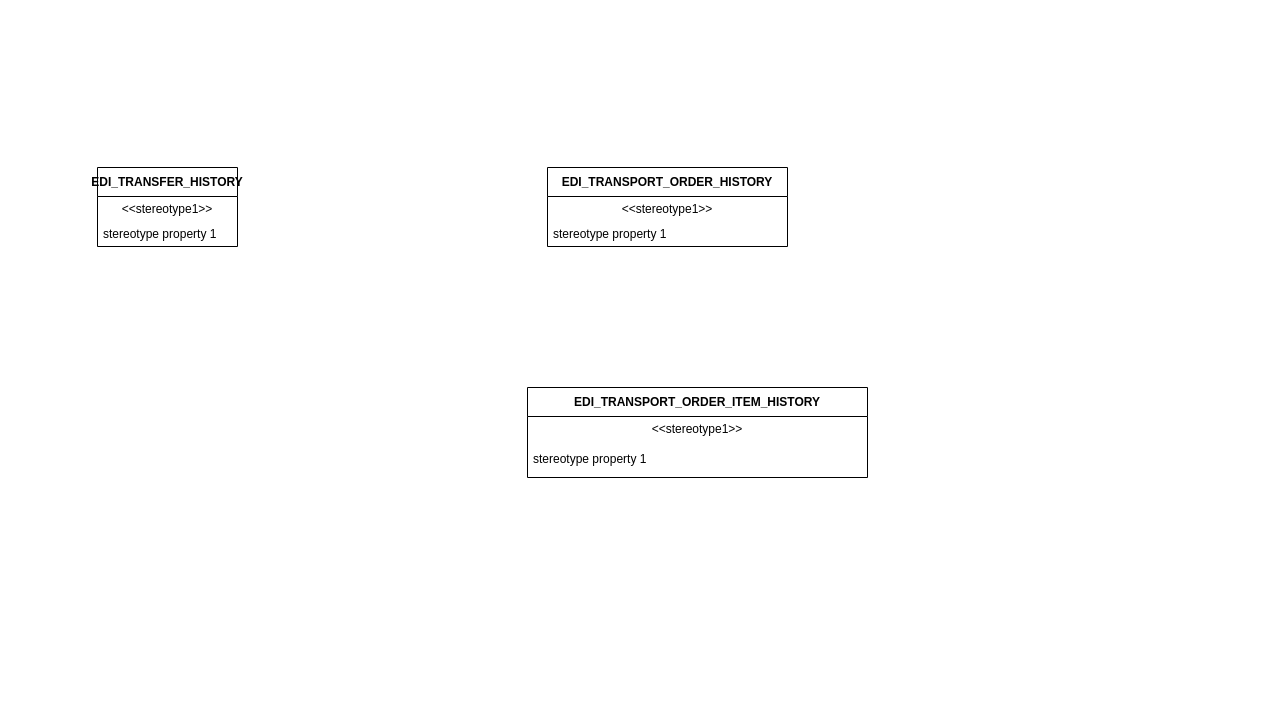
This is EDI history.drawio from hellxcz/Common, a draw.io file, before an edit. Source tidied: cells renumbered, new cells numbered last; positions are measured from the earlier drawing's top-left corner, leaving out a move shared by most shapes. Both pictures are drawn from the tidied source at 100%, with x=0, y=0 at pixel (97, 167).
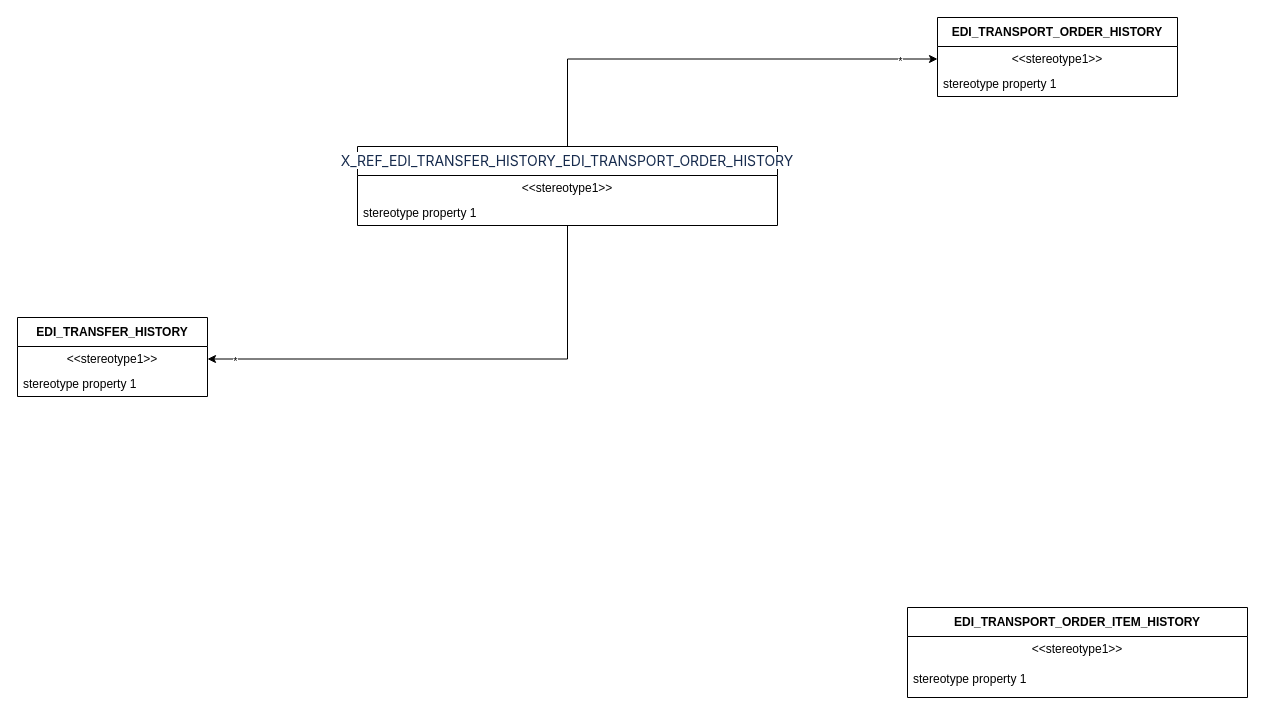
The same page after the edit.

What changed in the source:
```diff
@@
 <mxGraphModel>
   <root>
     <mxCell id="0" />
     <mxCell id="1" parent="0" />
     <mxCell id="2" value="EDI_TRANSFER_HISTORY" style="swimlane;fontStyle=1;align=center;verticalAlign=middle;horizontal=1;startSize=29;html=1;whiteSpace=wrap;" parent="1" vertex="1">
-      <mxGeometry width="140" height="79" as="geometry" />
+      <mxGeometry x="-80" y="150" width="190" height="79" as="geometry" />
     </mxCell>
     <mxCell id="3" value="&amp;lt;&amp;lt;stereotype1&amp;gt;&amp;gt;" style="text;html=1;strokeColor=none;fillColor=none;align=center;verticalAlign=middle;spacingLeft=4;spacingRight=4;overflow=hidden;points=[[0,0.5],[1,0.5]];portConstraint=eastwest;whiteSpace=wrap;" parent="2" vertex="1">
-      <mxGeometry y="29" width="140" height="25" as="geometry" />
+      <mxGeometry y="29" width="190" height="25" as="geometry" />
     </mxCell>
     <mxCell id="4" value="stereotype property 1" style="text;html=1;strokeColor=none;fillColor=none;align=left;verticalAlign=middle;spacingLeft=4;spacingRight=4;overflow=hidden;whiteSpace=wrap;" parent="2" vertex="1">
-      <mxGeometry y="54" width="140" height="25" as="geometry" />
+      <mxGeometry y="54" width="190" height="25" as="geometry" />
     </mxCell>
     <mxCell id="5" value="EDI_TRANSPORT_ORDER_HISTORY" style="swimlane;fontStyle=1;align=center;verticalAlign=middle;horizontal=1;startSize=29;html=1;whiteSpace=wrap;" parent="1" vertex="1">
-      <mxGeometry x="450" width="240" height="79" as="geometry" />
+      <mxGeometry x="840" y="-150" width="240" height="79" as="geometry" />
     </mxCell>
     <mxCell id="6" value="&amp;lt;&amp;lt;stereotype1&amp;gt;&amp;gt;" style="text;html=1;strokeColor=none;fillColor=none;align=center;verticalAlign=middle;spacingLeft=4;spacingRight=4;overflow=hidden;points=[[0,0.5],[1,0.5]];portConstraint=eastwest;whiteSpace=wrap;" parent="5" vertex="1">
       <mxGeometry y="29" width="240" height="25" as="geometry" />
     </mxCell>
     <mxCell id="7" value="stereotype property 1" style="text;html=1;strokeColor=none;fillColor=none;align=left;verticalAlign=middle;spacingLeft=4;spacingRight=4;overflow=hidden;whiteSpace=wrap;" parent="5" vertex="1">
       <mxGeometry y="54" width="240" height="25" as="geometry" />
     </mxCell>
     <mxCell id="8" value="EDI_TRANSPORT_ORDER_ITEM_HISTORY" style="swimlane;fontStyle=1;align=center;verticalAlign=middle;horizontal=1;startSize=29;html=1;whiteSpace=wrap;" parent="1" vertex="1">
-      <mxGeometry x="430" y="220" width="340" height="90" as="geometry" />
+      <mxGeometry x="810" y="440" width="340" height="90" as="geometry" />
     </mxCell>
     <mxCell id="9" value="&amp;lt;&amp;lt;stereotype1&amp;gt;&amp;gt;" style="text;html=1;strokeColor=none;fillColor=none;align=center;verticalAlign=middle;spacingLeft=4;spacingRight=4;overflow=hidden;whiteSpace=wrap;" parent="8" vertex="1">
       <mxGeometry y="29" width="340" height="25" as="geometry" />
     </mxCell>
     <mxCell id="10" value="stereotype property 1" style="text;html=1;strokeColor=none;fillColor=none;align=left;verticalAlign=middle;spacingLeft=4;spacingRight=4;overflow=hidden;whiteSpace=wrap;" parent="8" vertex="1">
       <mxGeometry y="54" width="340" height="36" as="geometry" />
     </mxCell>
+    <mxCell id="11" style="edgeStyle=orthogonalEdgeStyle;rounded=0;jettySize=auto;html=1;entryX=1;entryY=0.5;entryDx=0;entryDy=0;" parent="1" edge="1" source="15" target="3">
+      <mxGeometry relative="1" as="geometry" />
+    </mxCell>
+    <mxCell id="12" value="*" style="edgeLabel;html=1;align=center;verticalAlign=middle;" parent="11" vertex="1">
+      <mxGeometry x="0.89" y="2" relative="1" as="geometry" />
+    </mxCell>
+    <mxCell id="13" style="edgeStyle=orthogonalEdgeStyle;rounded=0;jettySize=auto;html=1;" parent="1" edge="1" source="15" target="6">
+      <mxGeometry relative="1" as="geometry" />
+    </mxCell>
+    <mxCell id="14" value="*" style="edgeLabel;html=1;align=center;verticalAlign=middle;" parent="13" vertex="1">
+      <mxGeometry x="0.83" y="-1" relative="1" as="geometry">
+        <mxPoint x="1" y="1" as="offset" />
+      </mxGeometry>
+    </mxCell>
+    <mxCell id="15" value="&lt;span style=&quot;color: rgb(23, 43, 77); font-family: -apple-system, &amp;quot;system-ui&amp;quot;, &amp;quot;Segoe UI&amp;quot;, Roboto, Oxygen, Ubuntu, &amp;quot;Fira Sans&amp;quot;, &amp;quot;Droid Sans&amp;quot;, &amp;quot;Helvetica Neue&amp;quot;, sans-serif; font-size: 14px; font-weight: 400; letter-spacing: -0.07px; text-align: left; white-space-collapse: preserve; background-color: rgb(255, 255, 255);&quot;&gt;X_REF_EDI_TRANSFER_HISTORY_EDI_TRANSPORT_ORDER_HISTORY&lt;/span&gt;" style="swimlane;fontStyle=1;align=center;verticalAlign=middle;horizontal=1;startSize=29;html=1;whiteSpace=wrap;" parent="1" vertex="1">
+      <mxGeometry x="260" y="-21" width="420" height="79" as="geometry" />
+    </mxCell>
+    <mxCell id="16" value="&amp;lt;&amp;lt;stereotype1&amp;gt;&amp;gt;" style="text;html=1;strokeColor=none;fillColor=none;align=center;verticalAlign=middle;spacingLeft=4;spacingRight=4;overflow=hidden;whiteSpace=wrap;" parent="15" vertex="1">
+      <mxGeometry y="29" width="420" height="25" as="geometry" />
+    </mxCell>
+    <mxCell id="17" value="stereotype property 1" style="text;html=1;strokeColor=none;fillColor=none;align=left;verticalAlign=middle;spacingLeft=4;spacingRight=4;overflow=hidden;whiteSpace=wrap;" parent="15" vertex="1">
+      <mxGeometry y="54" width="420" height="25" as="geometry" />
+    </mxCell>
   </root>
 </mxGraphModel>
```
